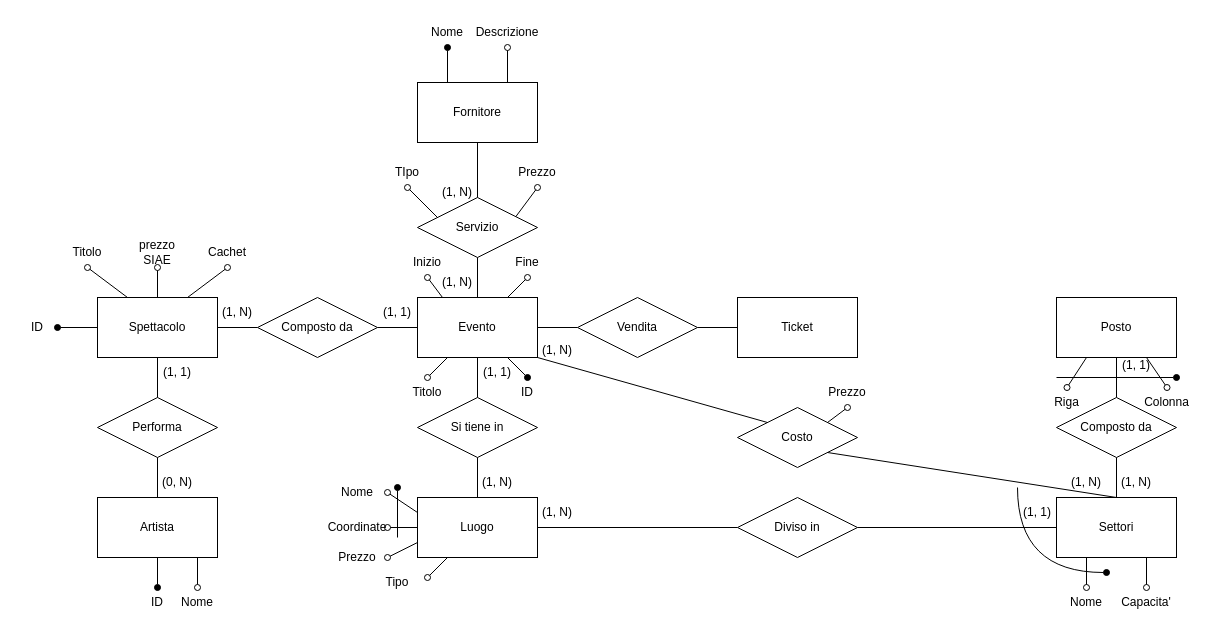
Before: ERLuogo.drawio in lucat1/unibo_90107_progetto, a draw.io diagram. Source tidied: cells renumbered, new cells numbered last; positions are measured from the earlier drawing's top-left corner, leaving out a move shared by most shapes. Both pictures are drawn from the tidied source at 100%, with x=0, y=0 at pixel (17, 17).
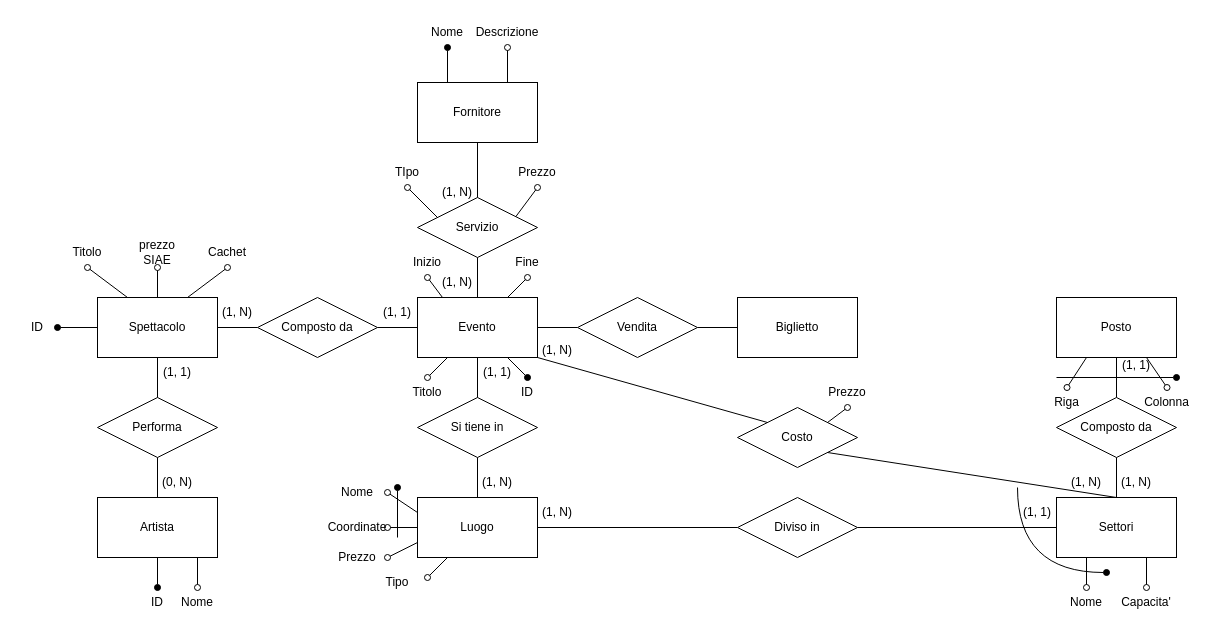
The same page after the edit.

Diff of the diagram source:
```diff
@@
-    <mxCell id="90" value="&lt;div&gt;Ticket&lt;/div&gt;" style="rounded=0;whiteSpace=wrap;html=1;" parent="1" vertex="1">
+    <mxCell id="90" value="&lt;div&gt;Biglietto&lt;/div&gt;" style="rounded=0;whiteSpace=wrap;html=1;" parent="1" vertex="1">
       <mxGeometry x="720" y="280" width="120" height="60" as="geometry" />
     </mxCell>
```
